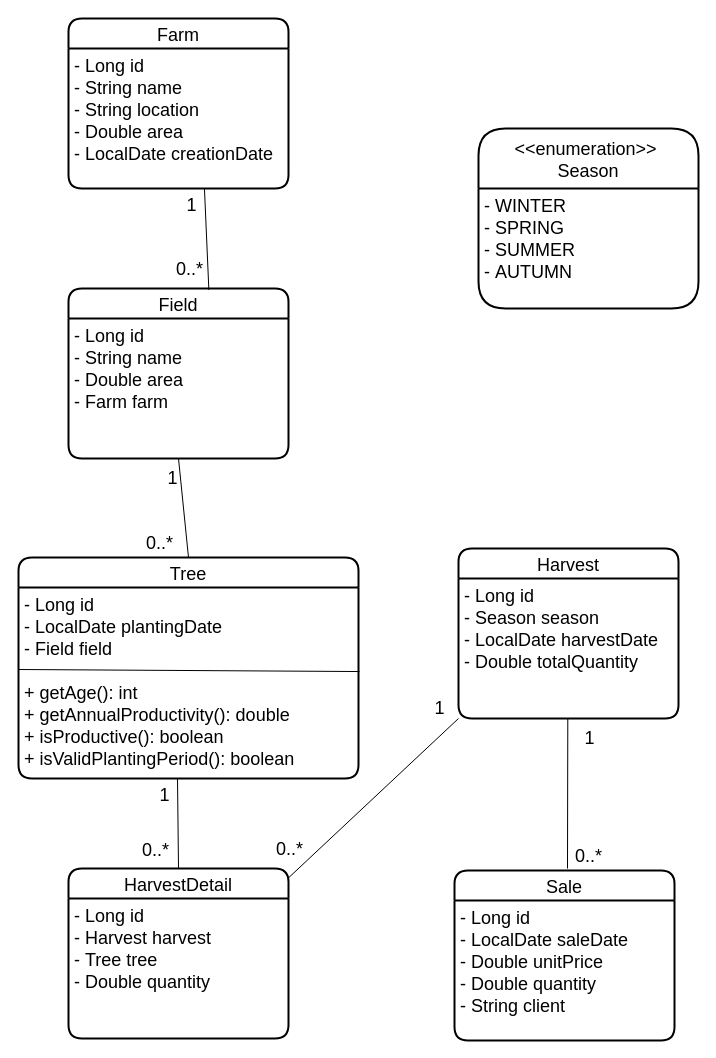
Before: conception/ClassDiagram.drawio in AllaouiJihad/Citronix, a draw.io diagram. Source tidied: cells renumbered, new cells numbered last; positions are measured from the earlier drawing's top-left corner, leaving out a move shared by most shapes. Both pictures are drawn from the tidied source at 100%, with x=0, y=0 at pixel (18, 18).
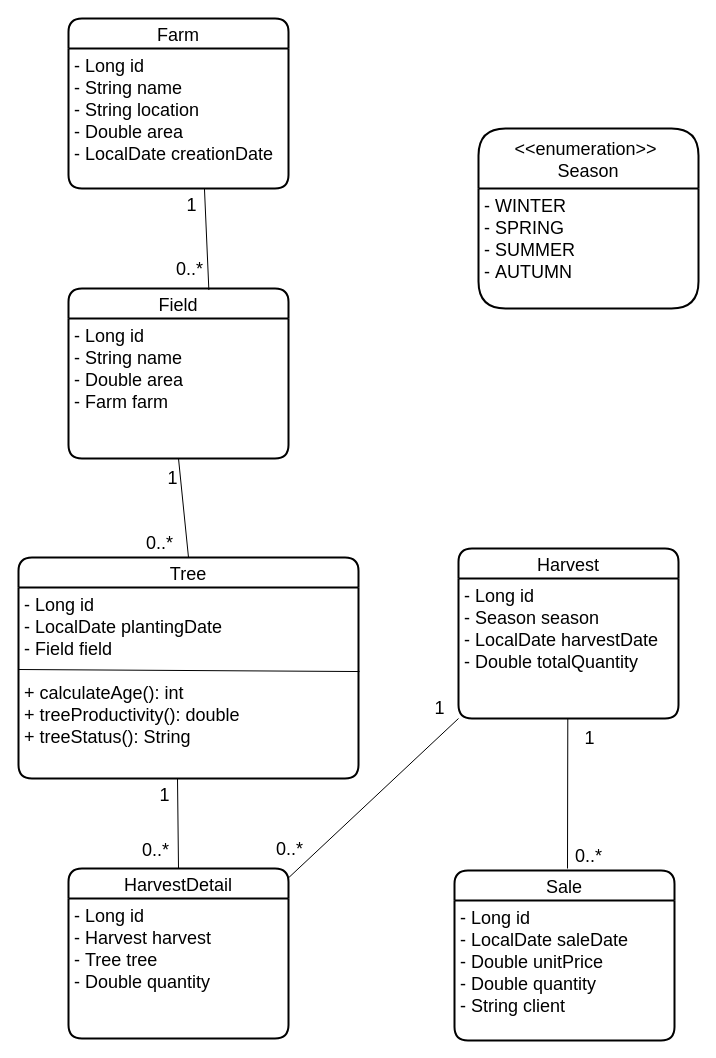
After the change.

The change refers to these unchanged cells:
```xml
<mxCell id="6" value="Tree" style="swimlane;horizontal=1;startSize=30;rounded=1;fontSize=18;fontStyle=0;strokeWidth=2;shadow=0;dashed=0;align=center;" parent="1" vertex="1">
  <mxGeometry y="539" width="340" height="221" as="geometry" />
</mxCell>
```

Diff of the diagram source:
```diff
@@
-    <mxCell id="7" value="- Long id&#10;- LocalDate plantingDate&#10;- Field field&#10;&#10;+ getAge(): int&#10;+ getAnnualProductivity(): double&#10;+ isProductive(): boolean&#10;+ isValidPlantingPeriod(): boolean" style="align=left;strokeColor=none;fillColor=none;spacingLeft=4;fontSize=18;verticalAlign=top;" parent="6" vertex="1">
+    <mxCell id="7" value="- Long id&#10;- LocalDate plantingDate&#10;- Field field&#10;&#10;+ calculateAge(): int&#10;+ treeProductivity(): double&#10;+ treeStatus(): String" style="align=left;strokeColor=none;fillColor=none;spacingLeft=4;fontSize=18;verticalAlign=top;" parent="6" vertex="1">
       <mxGeometry y="30" width="340" height="191" as="geometry" />
     </mxCell>
```
